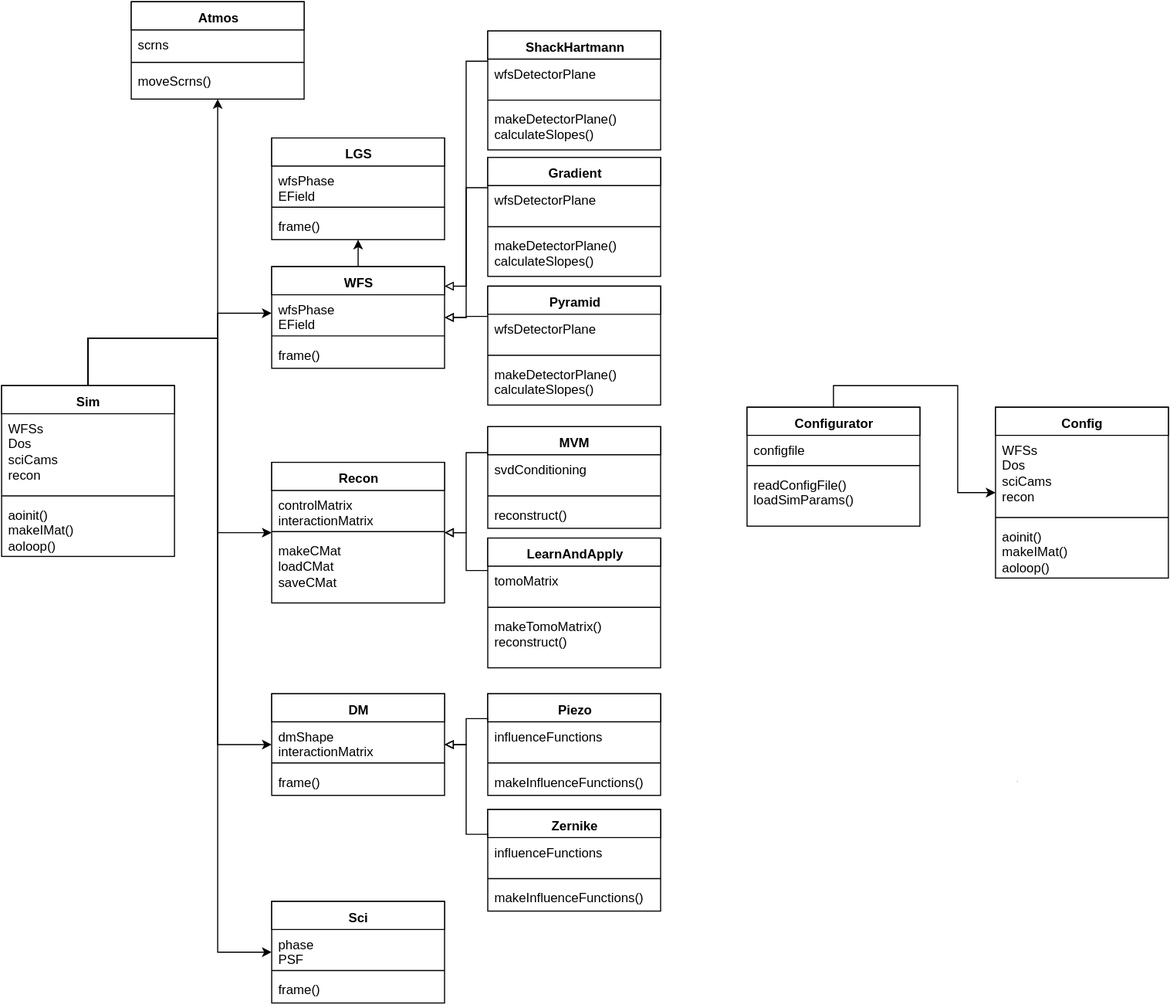
The draw.io diagram doc/source/imgs/FullClassDiagram.svg in AOtools/soapy, before a commit. Source tidied: cells renumbered, new cells last; positions are measured from the earlier drawing's top-left corner, leaving out a move shared by most shapes.
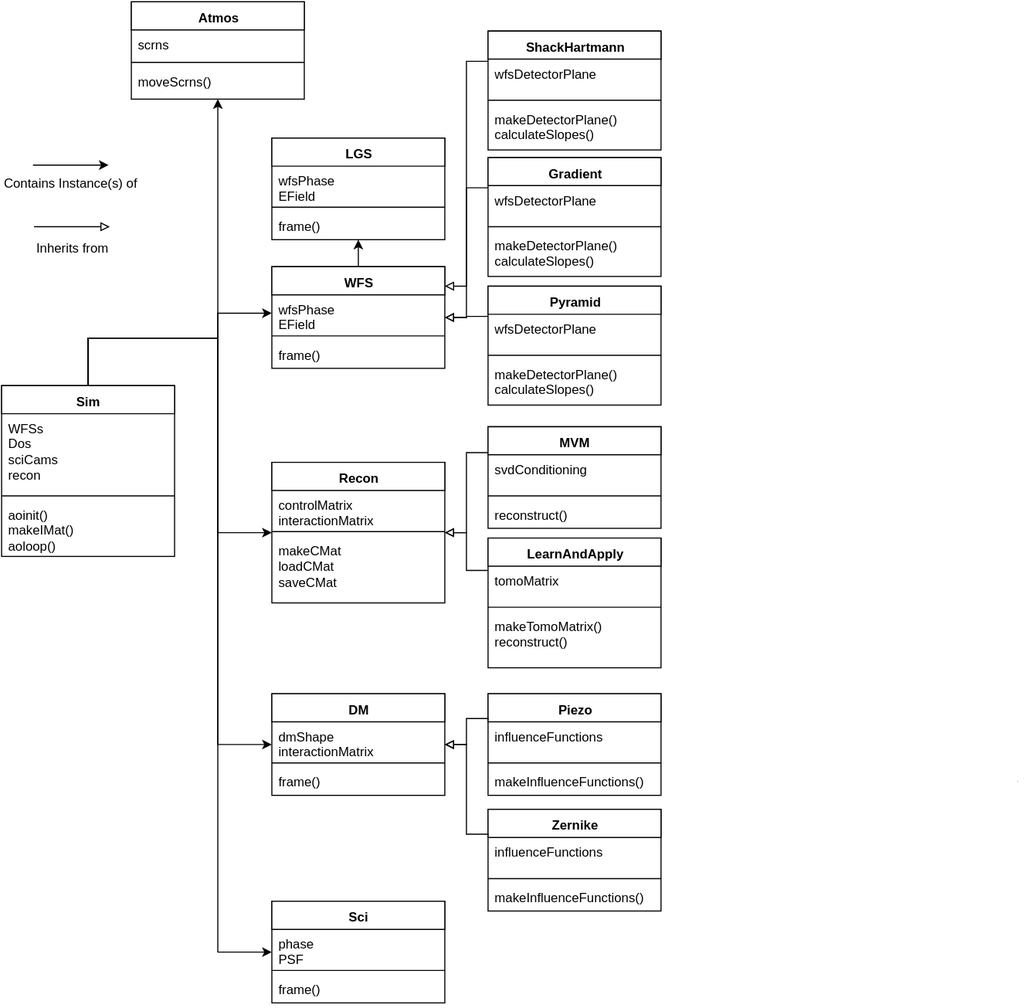
After the commit.

Diff of the diagram source:
```diff
@@ -167,30 +167,6 @@
     <mxCell id="55" value="frame()" style="text;html=1;strokeColor=none;fillColor=none;align=left;verticalAlign=top;spacingLeft=4;spacingRight=4;whiteSpace=wrap;overflow=hidden;" parent="52" vertex="1">
       <mxGeometry y="68" width="160" height="26" as="geometry" />
     </mxCell>
-    <mxCell id="56" value="Configurator" style="swimlane;html=1;fontStyle=1;align=center;verticalAlign=top;horizontal=1;startSize=26;swimlaneFillColor=#ffffff;" parent="1" vertex="1">
-      <mxGeometry x="690" y="375" width="160" height="110" as="geometry" />
-    </mxCell>
-    <mxCell id="57" value="&lt;div&gt;configfile&lt;/div&gt;" style="text;html=1;strokeColor=none;fillColor=none;align=left;verticalAlign=top;spacingLeft=4;spacingRight=4;whiteSpace=wrap;overflow=hidden;" parent="56" vertex="1">
-      <mxGeometry y="26" width="160" height="24" as="geometry" />
-    </mxCell>
-    <mxCell id="58" style="line;html=1;strokeWidth=1;fillColor=none;align=left;verticalAlign=middle;spacingTop=-1;spacingLeft=3;spacingRight=3;labelPosition=right;" parent="56" vertex="1">
-      <mxGeometry y="50" width="160" height="8" as="geometry" />
-    </mxCell>
-    <mxCell id="59" value="&lt;div&gt;readConfigFile()&lt;/div&gt;&lt;div&gt;loadSimParams()&lt;/div&gt;" style="text;html=1;strokeColor=none;fillColor=none;align=left;verticalAlign=top;spacingLeft=4;spacingRight=4;whiteSpace=wrap;overflow=hidden;" parent="56" vertex="1">
-      <mxGeometry y="58" width="160" height="52" as="geometry" />
-    </mxCell>
-    <mxCell id="60" value="Config" style="swimlane;html=1;fontStyle=1;align=center;verticalAlign=top;horizontal=1;startSize=26;swimlaneFillColor=#ffffff;" parent="1" vertex="1">
-      <mxGeometry x="920" y="375" width="160" height="158" as="geometry" />
-    </mxCell>
-    <mxCell id="61" value="WFSs&lt;div&gt;Dos&lt;/div&gt;&lt;div&gt;sciCams&lt;/div&gt;&lt;div&gt;recon&lt;/div&gt;" style="text;html=1;strokeColor=none;fillColor=none;align=left;verticalAlign=top;spacingLeft=4;spacingRight=4;whiteSpace=wrap;overflow=hidden;" parent="60" vertex="1">
-      <mxGeometry y="26" width="160" height="72" as="geometry" />
-    </mxCell>
-    <mxCell id="62" style="line;html=1;strokeWidth=1;fillColor=none;align=left;verticalAlign=middle;spacingTop=-1;spacingLeft=3;spacingRight=3;labelPosition=right;" parent="60" vertex="1">
-      <mxGeometry y="98" width="160" height="8" as="geometry" />
-    </mxCell>
-    <mxCell id="63" value="aoinit()&lt;div&gt;makeIMat()&lt;/div&gt;&lt;div&gt;aoloop()&lt;/div&gt;&lt;div&gt;&lt;br&gt;&lt;/div&gt;" style="text;html=1;strokeColor=none;fillColor=none;align=left;verticalAlign=top;spacingLeft=4;spacingRight=4;whiteSpace=wrap;overflow=hidden;" parent="60" vertex="1">
-      <mxGeometry y="106" width="160" height="52" as="geometry" />
-    </mxCell>
     <mxCell id="64" value="LearnAndApply" style="swimlane;html=1;fontStyle=1;align=center;verticalAlign=top;horizontal=1;startSize=26;swimlaneFillColor=#ffffff;" parent="1" vertex="1">
       <mxGeometry x="450" y="496" width="160" height="120" as="geometry" />
     </mxCell>
@@ -248,9 +224,6 @@
         </Array>
       </mxGeometry>
     </mxCell>
-    <mxCell id="73" style="edgeStyle=orthogonalEdgeStyle;rounded=0;html=1;exitX=0.5;exitY=0;endArrow=classic;endFill=1;jettySize=auto;strokeWidth=1;" parent="1" edge="1" source="56" target="60">
-      <mxGeometry relative="1" as="geometry" />
-    </mxCell>
     <mxCell id="74" style="edgeStyle=orthogonalEdgeStyle;rounded=0;html=1;exitX=0;exitY=0.25;endArrow=block;endFill=0;jettySize=auto;strokeWidth=1;" parent="1" edge="1" source="27" target="10">
       <mxGeometry relative="1" as="geometry">
         <Array as="points">
@@ -290,5 +263,23 @@
     <mxCell id="81" style="edgeStyle=orthogonalEdgeStyle;rounded=0;html=1;exitX=0.5;exitY=0;endArrow=classic;endFill=1;jettySize=auto;strokeWidth=1;" parent="1" edge="1" source="10" target="52">
       <mxGeometry relative="1" as="geometry" />
     </mxCell>
+    <mxCell id="82" style="endArrow=classic;html=1;strokeWidth=1;" parent="1" edge="1">
+      <mxGeometry x="49" y="20" as="geometry">
+        <mxPoint x="29" y="151" as="sourcePoint" />
+        <mxPoint x="99" y="151" as="targetPoint" />
+      </mxGeometry>
+    </mxCell>
+    <mxCell id="83" value="Contains Instance(s) of" style="text;html=1;align=left;verticalAlign=top;spacingTop=-4;" parent="1" vertex="1">
+      <mxGeometry y="158" width="140" height="20" as="geometry" />
+    </mxCell>
+    <mxCell id="84" style="endArrow=block;html=1;strokeWidth=1;endFill=0;" parent="1" edge="1">
+      <mxGeometry x="50" y="77" as="geometry">
+        <mxPoint x="30" y="208" as="sourcePoint" />
+        <mxPoint x="100" y="208" as="targetPoint" />
+      </mxGeometry>
+    </mxCell>
+    <mxCell id="85" value="Inherits from" style="text;html=1;align=left;verticalAlign=top;spacingTop=-4;" parent="1" vertex="1">
+      <mxGeometry x="30" y="218" width="80" height="20" as="geometry" />
+    </mxCell>
   </root>
 </mxGraphModel>
```
